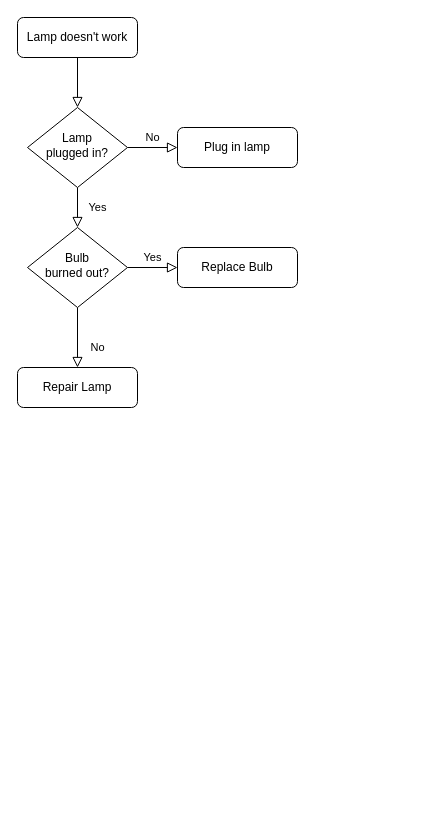
Earlier version of the draw.io diagram Untitled Diagram.drawio (Ash-v-G/Ash-v-G.github.io). Source tidied: cells renumbered, new cells numbered last; positions are measured from the earlier drawing's top-left corner, leaving out a move shared by most shapes. Both pictures are drawn from the tidied source at 100%, with x=0, y=0 at pixel (17, 17).
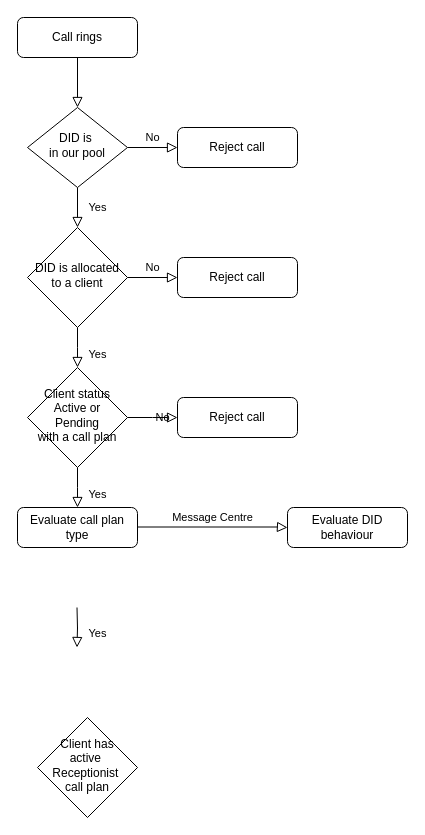
The same diagram, later.

What changed in the source:
```diff
@@
-    <mxCell id="3" value="Lamp doesn't work" style="rounded=1;whiteSpace=wrap;html=1;fontSize=12;glass=0;strokeWidth=1;shadow=0;" parent="1" vertex="1">
+    <mxCell id="3" value="Call rings" style="rounded=1;whiteSpace=wrap;html=1;fontSize=12;glass=0;strokeWidth=1;shadow=0;" parent="1" vertex="1">
       <mxGeometry width="120" height="40" as="geometry" />
     </mxCell>
@@
-    <mxCell id="6" value="Lamp&lt;br&gt;plugged in?" style="rhombus;whiteSpace=wrap;html=1;shadow=0;fontFamily=Helvetica;fontSize=12;align=center;strokeWidth=1;spacing=6;spacingTop=-4;" parent="1" vertex="1">
+    <mxCell id="6" value="DID is&amp;nbsp;&lt;br&gt;in our pool" style="rhombus;whiteSpace=wrap;html=1;shadow=0;fontFamily=Helvetica;fontSize=12;align=center;strokeWidth=1;spacing=6;spacingTop=-4;" parent="1" vertex="1">
       <mxGeometry x="10" y="90" width="100" height="80" as="geometry" />
     </mxCell>
-    <mxCell id="7" value="Plug in lamp" style="rounded=1;whiteSpace=wrap;html=1;fontSize=12;glass=0;strokeWidth=1;shadow=0;" parent="1" vertex="1">
+    <mxCell id="7" value="Reject call" style="rounded=1;whiteSpace=wrap;html=1;fontSize=12;glass=0;strokeWidth=1;shadow=0;" parent="1" vertex="1">
       <mxGeometry x="160" y="110" width="120" height="40" as="geometry" />
     </mxCell>
-    <mxCell id="8" value="No" style="rounded=0;html=1;jettySize=auto;fontSize=11;endArrow=block;endFill=0;endSize=8;strokeWidth=1;shadow=0;labelBackgroundColor=none;edgeStyle=orthogonalEdgeStyle;" parent="1" edge="1" source="10" target="11">
-      <mxGeometry x="0.33" y="20" relative="1" as="geometry" />
+    <mxCell id="8" value="Yes" style="rounded=0;html=1;jettySize=auto;fontSize=11;endArrow=block;endFill=0;endSize=8;strokeWidth=1;shadow=0;labelBackgroundColor=none;edgeStyle=orthogonalEdgeStyle;" parent="1" edge="1" source="10">
+      <mxGeometry x="0.33" y="20" relative="1" as="geometry">
+        <mxPoint x="60" y="350" as="targetPoint" />
+      </mxGeometry>
     </mxCell>
-    <mxCell id="9" value="Yes" style="edgeStyle=orthogonalEdgeStyle;rounded=0;html=1;jettySize=auto;fontSize=11;endArrow=block;endFill=0;endSize=8;strokeWidth=1;shadow=0;labelBackgroundColor=none;" parent="1" edge="1" source="10" target="12">
+    <mxCell id="9" value="No" style="edgeStyle=orthogonalEdgeStyle;rounded=0;html=1;jettySize=auto;fontSize=11;endArrow=block;endFill=0;endSize=8;strokeWidth=1;shadow=0;labelBackgroundColor=none;" parent="1" edge="1" source="10" target="12">
       <mxGeometry y="10" relative="1" as="geometry" />
     </mxCell>
-    <mxCell id="10" value="Bulb&lt;br&gt;burned out?" style="rhombus;whiteSpace=wrap;html=1;shadow=0;fontFamily=Helvetica;fontSize=12;align=center;strokeWidth=1;spacing=6;spacingTop=-4;" parent="1" vertex="1">
-      <mxGeometry x="10" y="210" width="100" height="80" as="geometry" />
+    <mxCell id="10" value="DID is allocated to a client" style="rhombus;whiteSpace=wrap;html=1;shadow=0;fontFamily=Helvetica;fontSize=12;align=center;strokeWidth=1;spacing=6;spacingTop=-4;" parent="1" vertex="1">
+      <mxGeometry x="10" y="210" width="100" height="100" as="geometry" />
     </mxCell>
-    <mxCell id="11" value="Repair Lamp" style="rounded=1;whiteSpace=wrap;html=1;fontSize=12;glass=0;strokeWidth=1;shadow=0;" parent="1" vertex="1">
-      <mxGeometry y="350" width="120" height="40" as="geometry" />
-    </mxCell>
-    <mxCell id="12" value="Replace Bulb" style="rounded=1;whiteSpace=wrap;html=1;fontSize=12;glass=0;strokeWidth=1;shadow=0;" parent="1" vertex="1">
-      <mxGeometry x="160" y="230" width="120" height="40" as="geometry" />
+    <mxCell id="12" value="Reject call" style="rounded=1;whiteSpace=wrap;html=1;fontSize=12;glass=0;strokeWidth=1;shadow=0;" parent="1" vertex="1">
+      <mxGeometry x="160" y="240" width="120" height="40" as="geometry" />
     </mxCell>
+    <mxCell id="13" value="Yes" style="rounded=0;html=1;jettySize=auto;fontSize=11;endArrow=block;endFill=0;endSize=8;strokeWidth=1;shadow=0;labelBackgroundColor=none;edgeStyle=orthogonalEdgeStyle;" parent="1" edge="1" source="15">
+      <mxGeometry x="0.33" y="20" relative="1" as="geometry">
+        <mxPoint x="60" y="490" as="targetPoint" />
+      </mxGeometry>
+    </mxCell>
+    <mxCell id="14" value="No" style="edgeStyle=orthogonalEdgeStyle;rounded=0;html=1;jettySize=auto;fontSize=11;endArrow=block;endFill=0;endSize=8;strokeWidth=1;shadow=0;labelBackgroundColor=none;" parent="1" edge="1" source="15">
+      <mxGeometry y="10" relative="1" as="geometry">
+        <mxPoint x="160" y="400" as="targetPoint" />
+      </mxGeometry>
+    </mxCell>
+    <mxCell id="15" value="Client status&lt;br&gt;Active or&lt;br&gt;Pending&lt;br&gt;with a call plan" style="rhombus;whiteSpace=wrap;html=1;shadow=0;fontFamily=Helvetica;fontSize=12;align=center;strokeWidth=1;spacing=6;spacingTop=-4;" parent="1" vertex="1">
+      <mxGeometry x="10" y="350" width="100" height="100" as="geometry" />
+    </mxCell>
+    <mxCell id="16" value="Reject call" style="rounded=1;whiteSpace=wrap;html=1;fontSize=12;glass=0;strokeWidth=1;shadow=0;" parent="1" vertex="1">
+      <mxGeometry x="160" y="380" width="120" height="40" as="geometry" />
+    </mxCell>
+    <mxCell id="17" value="Evaluate call plan type" style="rounded=1;whiteSpace=wrap;html=1;fontSize=12;glass=0;strokeWidth=1;shadow=0;" parent="1" vertex="1">
+      <mxGeometry y="490" width="120" height="40" as="geometry" />
+    </mxCell>
+    <mxCell id="18" value="Client has&lt;br&gt;active&amp;nbsp;&lt;br&gt;Receptionist&amp;nbsp;&lt;br&gt;call plan" style="rhombus;whiteSpace=wrap;html=1;shadow=0;fontFamily=Helvetica;fontSize=12;align=center;strokeWidth=1;spacing=6;spacingTop=-4;" parent="1" vertex="1">
+      <mxGeometry x="20" y="700" width="100" height="100" as="geometry" />
+    </mxCell>
+    <mxCell id="19" value="Message Centre" style="edgeStyle=orthogonalEdgeStyle;rounded=0;html=1;jettySize=auto;orthogonalLoop=1;fontSize=11;endArrow=block;endFill=0;endSize=8;strokeWidth=1;shadow=0;labelBackgroundColor=none;" parent="1" edge="1">
+      <mxGeometry y="10" relative="1" as="geometry">
+        <mxPoint x="120" y="509.5" as="sourcePoint" />
+        <mxPoint x="270" y="510" as="targetPoint" />
+        <Array as="points">
+          <mxPoint x="260" y="510" />
+        </Array>
+      </mxGeometry>
+    </mxCell>
+    <mxCell id="20" value="Yes" style="rounded=0;html=1;jettySize=auto;orthogonalLoop=1;fontSize=11;endArrow=block;endFill=0;endSize=8;strokeWidth=1;shadow=0;labelBackgroundColor=none;edgeStyle=orthogonalEdgeStyle;" parent="1" edge="1">
+      <mxGeometry x="0.33" y="20" relative="1" as="geometry">
+        <mxPoint x="59.5" y="590" as="sourcePoint" />
+        <mxPoint x="59.5" y="630" as="targetPoint" />
+      </mxGeometry>
+    </mxCell>
+    <mxCell id="21" value="Evaluate DID behaviour" style="rounded=1;whiteSpace=wrap;html=1;fontSize=12;glass=0;strokeWidth=1;shadow=0;" parent="1" vertex="1">
+      <mxGeometry x="270" y="490" width="120" height="40" as="geometry" />
+    </mxCell>
```
